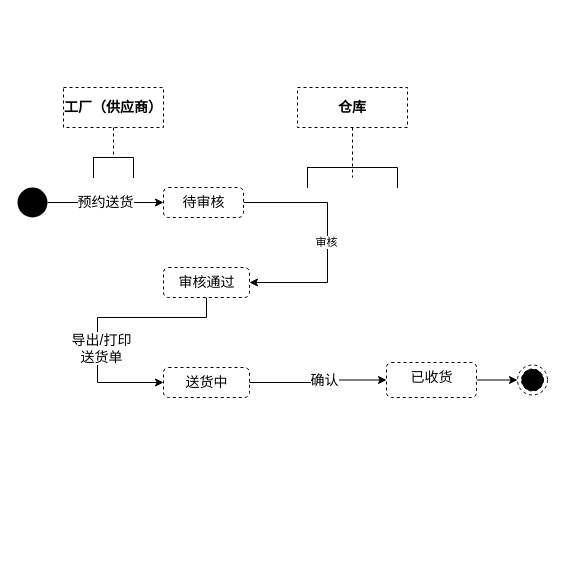
The draw.io diagram page "预约送货状态" (6 of 6) of shrine-doc/进区预约系统.drawio in easefulfil/CLOUDCARE, before the edit. Source tidied: cells renumbered, new cells numbered last; positions are measured from the earlier drawing's top-left corner, leaving out a move shared by most shapes. Both pictures are drawn from the tidied source at 100%, with x=0, y=0 at pixel (17, 87).
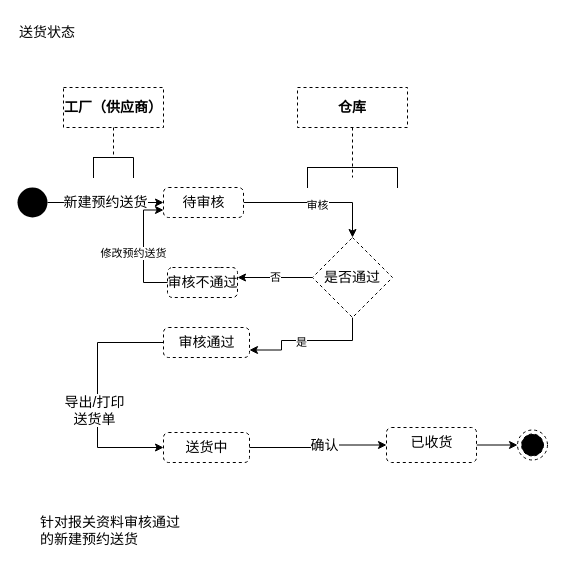
After the change.

The change refers to these unchanged cells:
```xml
<mxCell id="3" style="ellipse;fillColor=#000000;strokeColor=none;dashed=1;fontSize=14;" parent="1" vertex="1">
  <mxGeometry y="100" width="30" height="30" as="geometry" />
</mxCell>
<mxCell id="6" value="待审核" style="html=1;align=center;verticalAlign=top;rounded=1;absoluteArcSize=1;arcSize=10;dashed=1;fontSize=14;" parent="1" vertex="1">
  <mxGeometry x="146" y="100" width="80" height="30" as="geometry" />
</mxCell>
```

The edit, as a diff of the source:
```diff
@@
-    <mxCell id="2" value="预约送货" style="edgeStyle=orthogonalEdgeStyle;rounded=0;jettySize=auto;html=1;fontSize=14;" parent="1" edge="1" source="3" target="6">
+    <mxCell id="2" value="新建预约送货" style="edgeStyle=orthogonalEdgeStyle;rounded=0;jettySize=auto;html=1;fontSize=14;" parent="1" edge="1" source="3" target="6">
       <mxGeometry relative="1" as="geometry" />
     </mxCell>
@@
-    <mxCell id="4" style="edgeStyle=orthogonalEdgeStyle;rounded=0;jettySize=auto;html=1;entryX=1;entryY=0.5;entryDx=0;entryDy=0;" parent="1" edge="1" source="6" target="9">
+    <mxCell id="4" style="edgeStyle=orthogonalEdgeStyle;rounded=0;jettySize=auto;html=1;entryX=0.5;entryY=0;entryDx=0;entryDy=0;" parent="1" edge="1" source="6" target="26">
       <mxGeometry relative="1" as="geometry">
         <Array as="points">
-          <mxPoint x="310" y="115" />
-          <mxPoint x="310" y="195" />
+          <mxPoint x="335" y="115" />
         </Array>
       </mxGeometry>
     </mxCell>
@@
     <mxCell id="7" style="edgeStyle=orthogonalEdgeStyle;rounded=0;jettySize=auto;html=1;entryX=0;entryY=0.5;entryDx=0;entryDy=0;fontSize=14;" parent="1" edge="1" source="9" target="10">
       <mxGeometry relative="1" as="geometry">
         <Array as="points">
-          <mxPoint x="189" y="230" />
-          <mxPoint x="80" y="230" />
-          <mxPoint x="80" y="295" />
+          <mxPoint x="80" y="255" />
+          <mxPoint x="80" y="360" />
         </Array>
       </mxGeometry>
     </mxCell>
     <mxCell id="8" value="导出/打印&lt;br&gt;送货单" style="edgeLabel;html=1;align=center;verticalAlign=middle;fontSize=14;" parent="7" vertex="1">
       <mxGeometry x="-0.25" relative="1" as="geometry">
-        <mxPoint x="-28" y="30" as="offset" />
+        <mxPoint x="-4" y="44" as="offset" />
       </mxGeometry>
     </mxCell>
     <mxCell id="9" value="审核通过" style="html=1;align=center;verticalAlign=top;rounded=1;absoluteArcSize=1;arcSize=10;dashed=1;fontSize=14;" parent="1" vertex="1">
-      <mxGeometry x="146" y="180" width="86" height="30" as="geometry" />
+      <mxGeometry x="146" y="240" width="86" height="30" as="geometry" />
     </mxCell>
     <mxCell id="10" value="送货中" style="html=1;align=center;verticalAlign=top;rounded=1;absoluteArcSize=1;arcSize=10;dashed=1;fontSize=14;" parent="1" vertex="1">
-      <mxGeometry x="146" y="280" width="86" height="30" as="geometry" />
+      <mxGeometry x="146" y="345" width="86" height="30" as="geometry" />
     </mxCell>
@@
     <mxCell id="14" value="已收货" style="html=1;align=center;verticalAlign=top;rounded=1;absoluteArcSize=1;arcSize=10;dashed=1;fontSize=14;" parent="1" vertex="1">
-      <mxGeometry x="369" y="275" width="90" height="35" as="geometry" />
+      <mxGeometry x="369" y="340" width="90" height="35" as="geometry" />
     </mxCell>
     <mxCell id="15" style="ellipse;html=1;shape=endState;fillColor=#000000;strokeColor=#000000;dashed=1;fontSize=14;" parent="1" vertex="1">
-      <mxGeometry x="500" y="277.5" width="30" height="30" as="geometry" />
+      <mxGeometry x="500" y="342.5" width="30" height="30" as="geometry" />
     </mxCell>
@@
+    <mxCell id="20" value="&lt;div style=&quot;&quot;&gt;&lt;font face=&quot;helvetica&quot;&gt;&lt;span style=&quot;font-size: 14px ; background-color: rgb(255 , 255 , 255)&quot;&gt;针对报关资料审核通过的新建预约送货&lt;/span&gt;&lt;/font&gt;&lt;/div&gt;&lt;div style=&quot;&quot;&gt;&lt;font face=&quot;helvetica&quot;&gt;&lt;span style=&quot;font-size: 14px ; background-color: rgb(255 , 255 , 255)&quot;&gt;&lt;br&gt;&lt;/span&gt;&lt;/font&gt;&lt;/div&gt;" style="text;whiteSpace=wrap;html=1;align=left;" parent="1" vertex="1">
+      <mxGeometry x="21" y="420" width="150" height="30" as="geometry" />
+    </mxCell>
+    <mxCell id="21" style="edgeStyle=orthogonalEdgeStyle;rounded=0;jettySize=auto;html=1;entryX=1;entryY=0.75;entryDx=0;entryDy=0;" parent="1" edge="1" source="26" target="9">
+      <mxGeometry relative="1" as="geometry">
+        <Array as="points">
+          <mxPoint x="335" y="253" />
+          <mxPoint x="264" y="253" />
+        </Array>
+      </mxGeometry>
+    </mxCell>
+    <mxCell id="22" value="是" style="edgeLabel;html=1;align=center;verticalAlign=middle;" parent="21" vertex="1">
+      <mxGeometry x="0.1" y="1" relative="1" as="geometry" />
+    </mxCell>
+    <mxCell id="23" style="edgeStyle=orthogonalEdgeStyle;rounded=0;jettySize=auto;html=1;entryX=0;entryY=0.75;entryDx=0;entryDy=0;exitX=0.75;exitY=0;exitDx=0;exitDy=0;" parent="1" edge="1" source="28" target="6">
+      <mxGeometry relative="1" as="geometry">
+        <Array as="points">
+          <mxPoint x="200" y="195" />
+          <mxPoint x="126" y="195" />
+          <mxPoint x="126" y="123" />
+        </Array>
+      </mxGeometry>
+    </mxCell>
+    <mxCell id="24" value="修改预约送货" style="edgeLabel;html=1;align=center;verticalAlign=middle;" parent="23" vertex="1">
+      <mxGeometry x="0.62" relative="1" as="geometry">
+        <mxPoint x="-11" y="28" as="offset" />
+      </mxGeometry>
+    </mxCell>
+    <mxCell id="25" value="否" style="edgeStyle=orthogonalEdgeStyle;rounded=0;jettySize=auto;html=1;" parent="1" edge="1" source="26">
+      <mxGeometry relative="1" as="geometry">
+        <mxPoint x="220" y="190" as="targetPoint" />
+      </mxGeometry>
+    </mxCell>
+    <mxCell id="26" value="是否通过" style="rhombus;whiteSpace=wrap;html=1;dashed=1;fontSize=14;" parent="1" vertex="1">
+      <mxGeometry x="295" y="150" width="80" height="80" as="geometry" />
+    </mxCell>
+    <mxCell id="27" value="&lt;span style=&quot;color: rgb(0 , 0 , 0) ; font-family: &amp;#34;helvetica&amp;#34; ; font-size: 14px ; font-style: normal ; font-weight: 400 ; letter-spacing: normal ; text-align: center ; text-indent: 0px ; text-transform: none ; word-spacing: 0px ; background-color: rgb(255 , 255 , 255) ; display: inline ; float: none&quot;&gt;送货状态&lt;/span&gt;" style="text;whiteSpace=wrap;html=1;" parent="1" vertex="1">
+      <mxGeometry y="-70" width="150" height="30" as="geometry" />
+    </mxCell>
+    <mxCell id="28" value="审核不通过" style="html=1;align=center;verticalAlign=top;rounded=1;absoluteArcSize=1;arcSize=10;dashed=1;fontSize=14;" parent="1" vertex="1">
+      <mxGeometry x="150" y="180" width="70" height="30" as="geometry" />
+    </mxCell>
```
